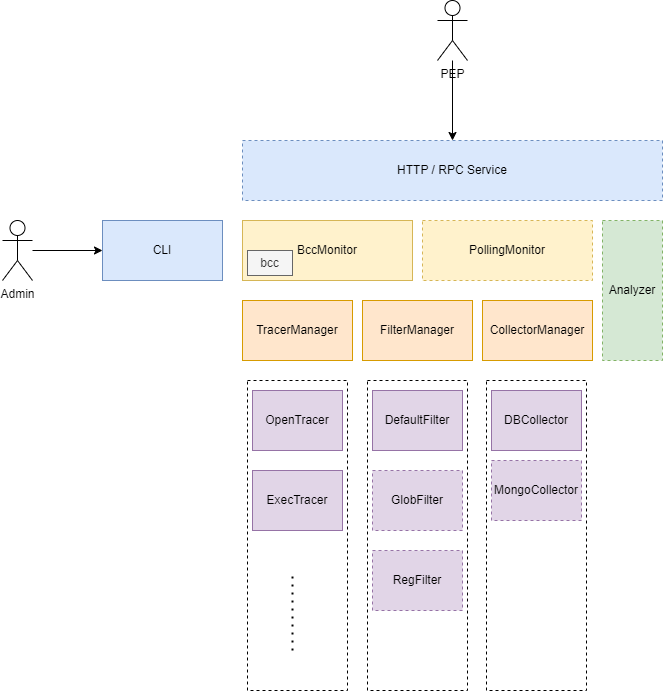
This is docs/design/image/architecture.png from hitsz-ids/duetector, a draw.io export, as it was before one commit. Source tidied: cells renumbered, new cells last; positions are measured from the earlier drawing's top-left corner, leaving out a move shared by most shapes.
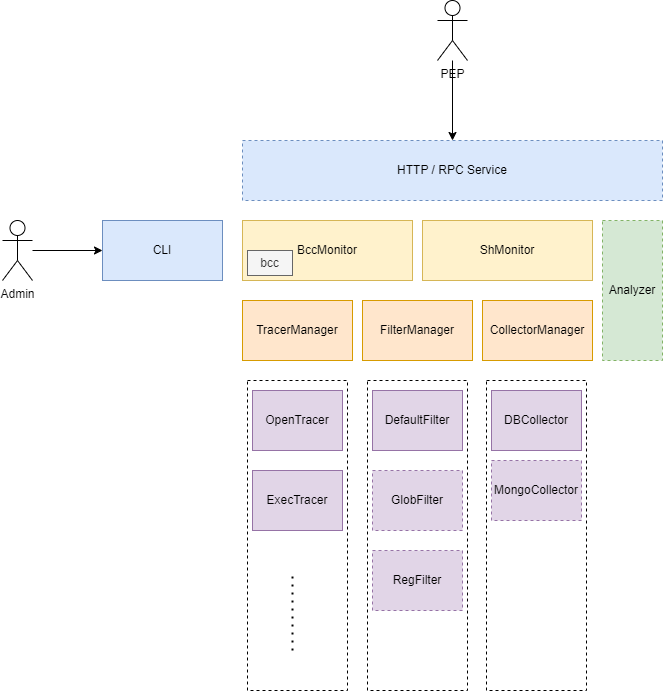
Above is the later version.

What changed in the source:
```diff
@@ -17,7 +17,7 @@
     <mxCell id="6" value="TracerManager" style="rounded=0;whiteSpace=wrap;html=1;fillColor=#ffe6cc;strokeColor=#d79b00;" parent="1" vertex="1">
       <mxGeometry x="240" y="300" width="110" height="60" as="geometry" />
     </mxCell>
-    <mxCell id="7" value="PollingMonitor" style="rounded=0;whiteSpace=wrap;html=1;dashed=1;fillColor=#fff2cc;strokeColor=#d6b656;" parent="1" vertex="1">
+    <mxCell id="7" value="ShMonitor" style="rounded=0;whiteSpace=wrap;html=1;fillColor=#fff2cc;strokeColor=#d6b656;" parent="1" vertex="1">
       <mxGeometry x="420" y="220" width="170" height="60" as="geometry" />
     </mxCell>
     <mxCell id="8" value="FilterManager" style="rounded=0;whiteSpace=wrap;html=1;fillColor=#ffe6cc;strokeColor=#d79b00;" parent="1" vertex="1">
```
